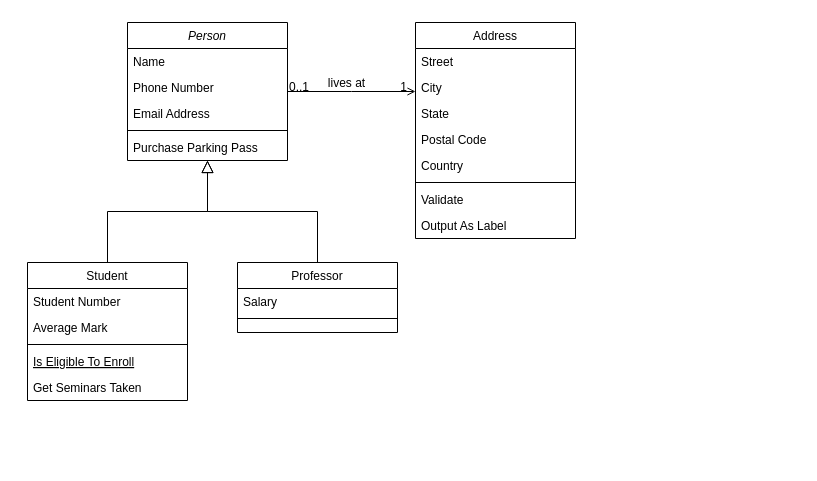
This is Project_database.drawio from Ziqi222/name.c, a draw.io file, before an edit. Source tidied: cells renumbered, new cells numbered last; positions are measured from the earlier drawing's top-left corner, leaving out a move shared by most shapes. Both pictures are drawn from the tidied source at 100%, with x=0, y=0 at pixel (27, 22).
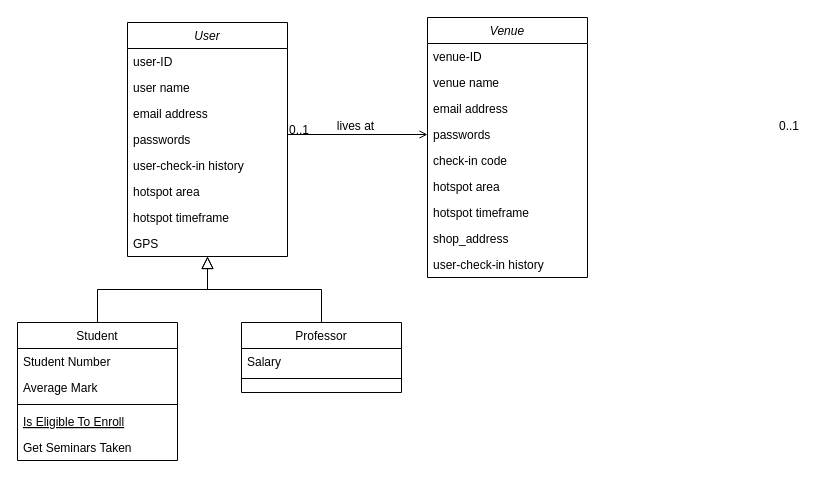
The same diagram, later.

Diff of the diagram source:
```diff
@@
-    <mxCell id="2" value="Person" style="swimlane;fontStyle=2;align=center;verticalAlign=top;horizontal=1;startSize=26;rounded=0;shadow=0;strokeWidth=1;" parent="1" vertex="1">
-      <mxGeometry x="100" width="160" height="138" as="geometry" />
+    <mxCell id="2" value="User" style="swimlane;fontStyle=2;align=center;verticalAlign=top;horizontal=1;startSize=26;rounded=0;shadow=0;strokeWidth=1;" parent="1" vertex="1">
+      <mxGeometry x="100" width="160" height="234" as="geometry" />
     </mxCell>
-    <mxCell id="3" value="Name" style="text;align=left;verticalAlign=top;spacingLeft=4;spacingRight=4;overflow=hidden;" parent="2" vertex="1">
+    <mxCell id="3" value="user-ID" style="text;align=left;verticalAlign=top;spacingLeft=4;spacingRight=4;overflow=hidden;" parent="2" vertex="1">
       <mxGeometry y="26" width="160" height="26" as="geometry" />
     </mxCell>
-    <mxCell id="4" value="Phone Number" style="text;align=left;verticalAlign=top;spacingLeft=4;spacingRight=4;overflow=hidden;rounded=0;shadow=0;html=0;" parent="2" vertex="1">
+    <mxCell id="4" value="user name" style="text;align=left;verticalAlign=top;spacingLeft=4;spacingRight=4;overflow=hidden;rounded=0;shadow=0;html=0;" parent="2" vertex="1">
       <mxGeometry y="52" width="160" height="26" as="geometry" />
     </mxCell>
-    <mxCell id="5" value="Email Address" style="text;align=left;verticalAlign=top;spacingLeft=4;spacingRight=4;overflow=hidden;rounded=0;shadow=0;html=0;" parent="2" vertex="1">
+    <mxCell id="5" value="email address" style="text;align=left;verticalAlign=top;spacingLeft=4;spacingRight=4;overflow=hidden;rounded=0;shadow=0;html=0;" parent="2" vertex="1">
       <mxGeometry y="78" width="160" height="26" as="geometry" />
     </mxCell>
-    <mxCell id="6" style="line;html=1;strokeWidth=1;align=left;verticalAlign=middle;spacingTop=-1;spacingLeft=3;spacingRight=3;labelPosition=right;" parent="2" vertex="1">
-      <mxGeometry y="104" width="160" height="8" as="geometry" />
-    </mxCell>
-    <mxCell id="7" value="Purchase Parking Pass" style="text;align=left;verticalAlign=top;spacingLeft=4;spacingRight=4;overflow=hidden;" parent="2" vertex="1">
-      <mxGeometry y="112" width="160" height="26" as="geometry" />
-    </mxCell>
+    <mxCell id="32" value="passwords" style="text;align=left;verticalAlign=top;spacingLeft=4;spacingRight=4;overflow=hidden;rounded=0;shadow=0;html=0;" parent="2" vertex="1">
+      <mxGeometry y="104" width="160" height="26" as="geometry" />
+    </mxCell>
+    <mxCell id="33" value="user-check-in history" style="text;align=left;verticalAlign=top;spacingLeft=4;spacingRight=4;overflow=hidden;rounded=0;shadow=0;html=0;" parent="2" vertex="1">
+      <mxGeometry y="130" width="160" height="26" as="geometry" />
+    </mxCell>
+    <mxCell id="34" value="hotspot area" style="text;align=left;verticalAlign=top;spacingLeft=4;spacingRight=4;overflow=hidden;rounded=0;shadow=0;html=0;" parent="2" vertex="1">
+      <mxGeometry y="156" width="160" height="26" as="geometry" />
+    </mxCell>
+    <mxCell id="35" value="hotspot timeframe" style="text;align=left;verticalAlign=top;spacingLeft=4;spacingRight=4;overflow=hidden;rounded=0;shadow=0;html=0;" parent="2" vertex="1">
+      <mxGeometry y="182" width="160" height="26" as="geometry" />
+    </mxCell>
+    <mxCell id="36" value="GPS" style="text;align=left;verticalAlign=top;spacingLeft=4;spacingRight=4;overflow=hidden;rounded=0;shadow=0;html=0;" parent="2" vertex="1">
+      <mxGeometry y="208" width="160" height="26" as="geometry" />
+    </mxCell>
     <mxCell id="8" value="Student" style="swimlane;fontStyle=0;align=center;verticalAlign=top;horizontal=1;startSize=26;rounded=0;shadow=0;strokeWidth=1;" parent="1" vertex="1">
-      <mxGeometry y="240" width="160" height="138" as="geometry" />
+      <mxGeometry x="-10" y="300" width="160" height="138" as="geometry" />
     </mxCell>
@@
     <mxCell id="15" value="Professor" style="swimlane;fontStyle=0;align=center;verticalAlign=top;horizontal=1;startSize=26;rounded=0;shadow=0;strokeWidth=1;" parent="1" vertex="1">
-      <mxGeometry x="210" y="240" width="160" height="70" as="geometry" />
+      <mxGeometry x="214" y="300" width="160" height="70" as="geometry" />
     </mxCell>
@@
-    <mxCell id="19" value="Address" style="swimlane;fontStyle=0;align=center;verticalAlign=top;horizontal=1;startSize=26;rounded=0;shadow=0;strokeWidth=1;" parent="1" vertex="1">
-      <mxGeometry x="388" width="160" height="216" as="geometry" />
-    </mxCell>
-    <mxCell id="20" value="Street" style="text;align=left;verticalAlign=top;spacingLeft=4;spacingRight=4;overflow=hidden;" parent="19" vertex="1">
-      <mxGeometry y="26" width="160" height="26" as="geometry" />
-    </mxCell>
-    <mxCell id="21" value="City" style="text;align=left;verticalAlign=top;spacingLeft=4;spacingRight=4;overflow=hidden;rounded=0;shadow=0;html=0;" parent="19" vertex="1">
-      <mxGeometry y="52" width="160" height="26" as="geometry" />
-    </mxCell>
-    <mxCell id="22" value="State" style="text;align=left;verticalAlign=top;spacingLeft=4;spacingRight=4;overflow=hidden;rounded=0;shadow=0;html=0;" parent="19" vertex="1">
-      <mxGeometry y="78" width="160" height="26" as="geometry" />
-    </mxCell>
-    <mxCell id="23" value="Postal Code" style="text;align=left;verticalAlign=top;spacingLeft=4;spacingRight=4;overflow=hidden;rounded=0;shadow=0;html=0;" parent="19" vertex="1">
-      <mxGeometry y="104" width="160" height="26" as="geometry" />
-    </mxCell>
-    <mxCell id="24" value="Country" style="text;align=left;verticalAlign=top;spacingLeft=4;spacingRight=4;overflow=hidden;rounded=0;shadow=0;html=0;" parent="19" vertex="1">
-      <mxGeometry y="130" width="160" height="26" as="geometry" />
-    </mxCell>
-    <mxCell id="25" style="line;html=1;strokeWidth=1;align=left;verticalAlign=middle;spacingTop=-1;spacingLeft=3;spacingRight=3;labelPosition=right;" parent="19" vertex="1">
-      <mxGeometry y="156" width="160" height="8" as="geometry" />
-    </mxCell>
-    <mxCell id="26" value="Validate" style="text;align=left;verticalAlign=top;spacingLeft=4;spacingRight=4;overflow=hidden;" parent="19" vertex="1">
-      <mxGeometry y="164" width="160" height="26" as="geometry" />
-    </mxCell>
-    <mxCell id="27" value="Output As Label" style="text;align=left;verticalAlign=top;spacingLeft=4;spacingRight=4;overflow=hidden;" parent="19" vertex="1">
-      <mxGeometry y="190" width="160" height="26" as="geometry" />
-    </mxCell>
-    <mxCell id="28" style="endArrow=open;shadow=0;strokeWidth=1;rounded=0;endFill=1;edgeStyle=elbowEdgeStyle;elbow=vertical;" parent="1" edge="1" source="2" target="19">
+    <mxCell id="28" style="endArrow=open;shadow=0;strokeWidth=1;rounded=0;endFill=1;edgeStyle=elbowEdgeStyle;elbow=vertical;entryX=0;entryY=0.5;entryDx=0;entryDy=0;" parent="1" edge="1" source="2" target="41">
       <mxGeometry x="0.5" y="41" relative="1" as="geometry">
         <mxPoint x="-40" y="32" as="offset" />
       </mxGeometry>
     </mxCell>
@@
-    <mxCell id="30" value="1" style="align=right;verticalAlign=bottom;labelBackgroundColor=none;fontSize=12;" parent="28" vertex="1">
-      <mxGeometry x="1" relative="1" as="geometry">
-        <mxPoint x="-7" y="4" as="offset" />
-      </mxGeometry>
-    </mxCell>
@@
+    <mxCell id="37" value="Venue" style="swimlane;fontStyle=2;align=center;verticalAlign=top;horizontal=1;startSize=26;rounded=0;shadow=0;strokeWidth=1;" parent="1" vertex="1">
+      <mxGeometry x="400" y="-5" width="160" height="260" as="geometry" />
+    </mxCell>
+    <mxCell id="38" value="venue-ID" style="text;align=left;verticalAlign=top;spacingLeft=4;spacingRight=4;overflow=hidden;" parent="37" vertex="1">
+      <mxGeometry y="26" width="160" height="26" as="geometry" />
+    </mxCell>
+    <mxCell id="39" value="venue name" style="text;align=left;verticalAlign=top;spacingLeft=4;spacingRight=4;overflow=hidden;rounded=0;shadow=0;html=0;" parent="37" vertex="1">
+      <mxGeometry y="52" width="160" height="26" as="geometry" />
+    </mxCell>
+    <mxCell id="40" value="email address" style="text;align=left;verticalAlign=top;spacingLeft=4;spacingRight=4;overflow=hidden;rounded=0;shadow=0;html=0;" parent="37" vertex="1">
+      <mxGeometry y="78" width="160" height="26" as="geometry" />
+    </mxCell>
+    <mxCell id="41" value="passwords" style="text;align=left;verticalAlign=top;spacingLeft=4;spacingRight=4;overflow=hidden;points=[[0,0.5],[1,0.5]];portConstraint=eastwest;rounded=0;shadow=0;html=0;" parent="37" vertex="1">
+      <mxGeometry y="104" width="160" height="26" as="geometry" />
+    </mxCell>
+    <mxCell id="42" value="check-in code" style="text;align=left;verticalAlign=top;spacingLeft=4;spacingRight=4;overflow=hidden;rounded=0;shadow=0;html=0;" parent="37" vertex="1">
+      <mxGeometry y="130" width="160" height="26" as="geometry" />
+    </mxCell>
+    <mxCell id="43" value="hotspot area" style="text;align=left;verticalAlign=top;spacingLeft=4;spacingRight=4;overflow=hidden;rounded=0;shadow=0;html=0;" parent="37" vertex="1">
+      <mxGeometry y="156" width="160" height="26" as="geometry" />
+    </mxCell>
+    <mxCell id="44" value="hotspot timeframe" style="text;align=left;verticalAlign=top;spacingLeft=4;spacingRight=4;overflow=hidden;rounded=0;shadow=0;html=0;" parent="37" vertex="1">
+      <mxGeometry y="182" width="160" height="26" as="geometry" />
+    </mxCell>
+    <mxCell id="45" value="shop_address" style="text;align=left;verticalAlign=top;spacingLeft=4;spacingRight=4;overflow=hidden;rounded=0;shadow=0;html=0;" parent="37" vertex="1">
+      <mxGeometry y="208" width="160" height="26" as="geometry" />
+    </mxCell>
+    <mxCell id="46" value="user-check-in history" style="text;align=left;verticalAlign=top;spacingLeft=4;spacingRight=4;overflow=hidden;rounded=0;shadow=0;html=0;" parent="37" vertex="1">
+      <mxGeometry y="234" width="160" height="26" as="geometry" />
+    </mxCell>
+    <mxCell id="47" value="0..1" style="align=left;verticalAlign=bottom;labelBackgroundColor=none;fontSize=12;" parent="1" vertex="1">
+      <mxGeometry x="750" y="112" as="geometry" />
+    </mxCell>
```
